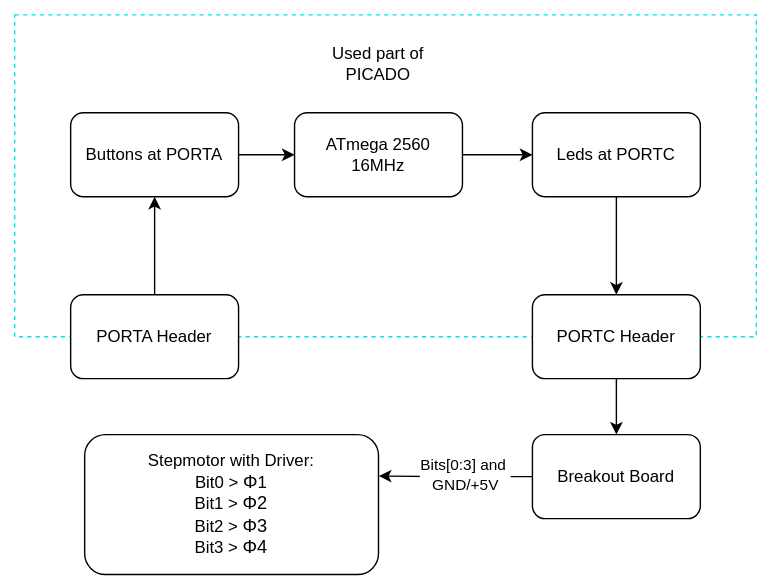
Earlier version of the draw.io export readme/HW-Connection.svg (ml3rc/01_SchrittMot). Source tidied: cells renumbered, new cells last; positions are measured from the earlier drawing's top-left corner, leaving out a move shared by most shapes. Source of this version:
```xml
<mxGraphModel background="#FFFFFF">
  <root>
    <mxCell id="0" />
    <mxCell id="1" parent="0" />
    <mxCell id="2" style="rounded=0;whiteSpace=wrap;html=1;fontColor=none;noLabel=1;strokeColor=none;" parent="1" vertex="1">
      <mxGeometry width="550" height="420" as="geometry" />
    </mxCell>
    <mxCell id="3" style="rounded=0;whiteSpace=wrap;html=1;fillColor=none;dashed=1;strokeColor=#00e1ff;" parent="1" vertex="1">
      <mxGeometry x="10" y="10" width="530" height="230" as="geometry" />
    </mxCell>
    <mxCell id="4" style="edgeStyle=orthogonalEdgeStyle;rounded=0;jettySize=auto;html=1;exitX=1;exitY=0.5;exitDx=0;exitDy=0;entryX=0;entryY=0.5;entryDx=0;entryDy=0;" parent="1" edge="1" source="5" target="9">
      <mxGeometry relative="1" as="geometry" />
    </mxCell>
    <mxCell id="5" value="&lt;font&gt;ATmega 2560&lt;/font&gt;&lt;div&gt;&lt;font&gt;16MHz&lt;/font&gt;&lt;/div&gt;" style="rounded=1;whiteSpace=wrap;html=1;" parent="1" vertex="1">
      <mxGeometry x="210" y="80" width="120" height="60" as="geometry" />
    </mxCell>
    <mxCell id="6" style="edgeStyle=orthogonalEdgeStyle;rounded=0;jettySize=auto;html=1;exitX=1;exitY=0.5;exitDx=0;exitDy=0;entryX=0;entryY=0.5;entryDx=0;entryDy=0;" parent="1" edge="1" source="7" target="5">
      <mxGeometry relative="1" as="geometry" />
    </mxCell>
    <mxCell id="7" value="&lt;font&gt;Buttons at PORTA&lt;/font&gt;" style="rounded=1;whiteSpace=wrap;html=1;fontColor=default;" parent="1" vertex="1">
      <mxGeometry x="50" y="80" width="120" height="60" as="geometry" />
    </mxCell>
    <mxCell id="8" style="edgeStyle=orthogonalEdgeStyle;rounded=0;jettySize=auto;html=1;exitX=0.5;exitY=1;exitDx=0;exitDy=0;entryX=0.5;entryY=0;entryDx=0;entryDy=0;" parent="1" edge="1" source="9" target="12">
      <mxGeometry relative="1" as="geometry" />
    </mxCell>
    <mxCell id="9" value="&lt;font&gt;Leds at PORTC&lt;/font&gt;" style="rounded=1;whiteSpace=wrap;html=1;fontColor=default;" parent="1" vertex="1">
      <mxGeometry x="380" y="80" width="120" height="60" as="geometry" />
    </mxCell>
    <mxCell id="10" value="&lt;font&gt;Used part of PICADO&lt;/font&gt;" style="text;html=1;align=center;verticalAlign=middle;whiteSpace=wrap;rounded=0;fontColor=default;" parent="1" vertex="1">
      <mxGeometry x="215" y="30" width="110" height="30" as="geometry" />
    </mxCell>
    <mxCell id="11" style="edgeStyle=orthogonalEdgeStyle;rounded=0;jettySize=auto;html=1;exitX=0.5;exitY=1;exitDx=0;exitDy=0;entryX=0.5;entryY=0;entryDx=0;entryDy=0;" parent="1" edge="1" source="12" target="17">
      <mxGeometry relative="1" as="geometry" />
    </mxCell>
    <mxCell id="12" value="&lt;font&gt;PORTC Header&lt;/font&gt;" style="rounded=1;whiteSpace=wrap;html=1;fontColor=default;" parent="1" vertex="1">
      <mxGeometry x="380" y="210" width="120" height="60" as="geometry" />
    </mxCell>
    <mxCell id="13" style="edgeStyle=orthogonalEdgeStyle;rounded=0;jettySize=auto;html=1;exitX=0.5;exitY=0;exitDx=0;exitDy=0;entryX=0.5;entryY=1;entryDx=0;entryDy=0;" parent="1" edge="1" source="14" target="7">
      <mxGeometry relative="1" as="geometry" />
    </mxCell>
    <mxCell id="14" value="&lt;font&gt;PORTA Header&lt;/font&gt;" style="rounded=1;whiteSpace=wrap;html=1;fontColor=default;" parent="1" vertex="1">
      <mxGeometry x="50" y="210" width="120" height="60" as="geometry" />
    </mxCell>
    <mxCell id="15" style="edgeStyle=orthogonalEdgeStyle;rounded=0;jettySize=auto;html=1;exitX=0;exitY=0.5;exitDx=0;exitDy=0;entryX=1.001;entryY=0.296;entryDx=0;entryDy=0;entryPerimeter=0;" parent="1" edge="1" source="17" target="18">
      <mxGeometry relative="1" as="geometry" />
    </mxCell>
    <mxCell id="16" value="&lt;font&gt;Bits[0:3] and&lt;span&gt;&amp;nbsp;&lt;/span&gt;&lt;/font&gt;&lt;div&gt;&lt;font&gt;&lt;span&gt;G&lt;/span&gt;ND/+5V&lt;/font&gt;&lt;/div&gt;" style="edgeLabel;html=1;align=center;verticalAlign=middle;" parent="15" vertex="1">
      <mxGeometry x="-0.12" y="-2" relative="1" as="geometry" />
    </mxCell>
    <mxCell id="17" value="&lt;font&gt;Breakout Board&lt;/font&gt;" style="rounded=1;whiteSpace=wrap;html=1;fontColor=default;" parent="1" vertex="1">
      <mxGeometry x="380" y="310" width="120" height="60" as="geometry" />
    </mxCell>
    <mxCell id="18" value="&lt;font style=&quot;&quot;&gt;Stepmotor with Driver:&lt;/font&gt;&lt;div&gt;&lt;font&gt;&lt;font style=&quot;&quot;&gt;&lt;font&gt;&lt;font style=&quot;&quot;&gt;Bit0 &amp;gt;&amp;nbsp;&lt;/font&gt;&lt;/font&gt;&lt;/font&gt;&lt;span style=&quot;font-family: sans-serif; text-align: start;&quot;&gt;&lt;font style=&quot;font-size: 13px;&quot;&gt;Φ&lt;/font&gt;&lt;/span&gt;&lt;font style=&quot;&quot;&gt;1&lt;/font&gt;&lt;/font&gt;&lt;/div&gt;&lt;div&gt;&lt;font&gt;&lt;font style=&quot;&quot;&gt;Bit1 &amp;gt;&amp;nbsp;&lt;/font&gt;&lt;span style=&quot;background-color: transparent; scrollbar-color: rgb(226, 226, 226) rgb(251, 251, 251); font-family: sans-serif; text-align: start;&quot;&gt;&lt;font style=&quot;scrollbar-color: rgb(226, 226, 226) rgb(251, 251, 251); font-size: 13px;&quot;&gt;Φ2&lt;/font&gt;&lt;/span&gt;&lt;br&gt;&lt;/font&gt;&lt;/div&gt;&lt;div&gt;&lt;font&gt;&lt;font style=&quot;&quot;&gt;Bit2 &amp;gt;&amp;nbsp;&lt;/font&gt;&lt;span style=&quot;background-color: transparent; scrollbar-color: rgb(226, 226, 226) rgb(251, 251, 251); font-family: sans-serif; text-align: start;&quot;&gt;&lt;font style=&quot;scrollbar-color: rgb(226, 226, 226) rgb(251, 251, 251); font-size: 13px;&quot;&gt;Φ3&lt;/font&gt;&lt;/span&gt;&lt;br&gt;&lt;/font&gt;&lt;/div&gt;&lt;div&gt;&lt;font style=&quot;&quot;&gt;Bit3 &amp;gt;&amp;nbsp;&lt;/font&gt;&lt;span style=&quot;background-color: transparent; scrollbar-color: rgb(226, 226, 226) rgb(251, 251, 251); font-family: sans-serif; text-align: start;&quot;&gt;&lt;font style=&quot;scrollbar-color: rgb(226, 226, 226) rgb(251, 251, 251); font-size: 13px;&quot;&gt;Φ4&lt;/font&gt;&lt;/span&gt;&lt;/div&gt;" style="rounded=1;whiteSpace=wrap;html=1;fontColor=default;" parent="1" vertex="1">
      <mxGeometry x="60" y="310" width="210" height="100" as="geometry" />
    </mxCell>
  </root>
</mxGraphModel>
```
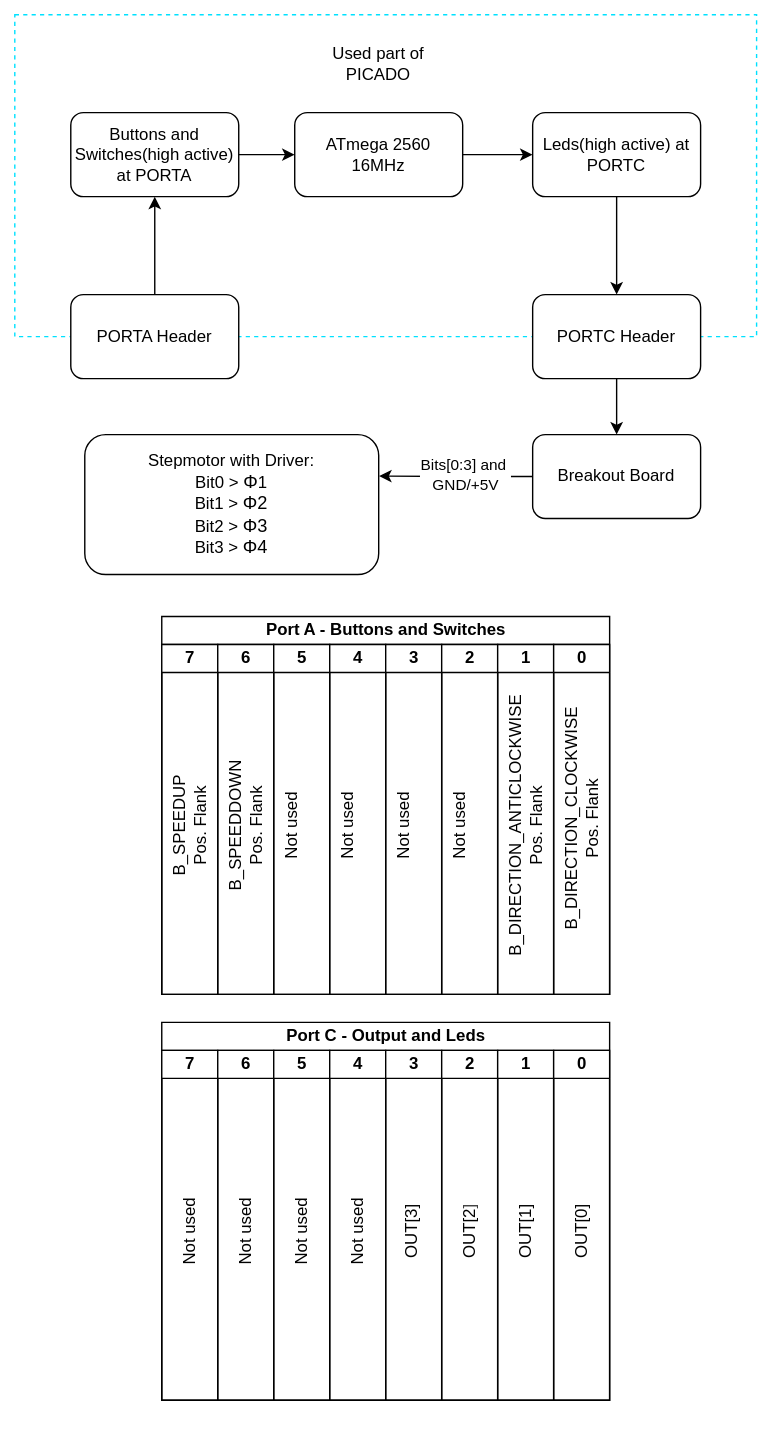
After the commit.

What changed in the source:
```diff
@@ -3,7 +3,7 @@
     <mxCell id="0" />
     <mxCell id="1" parent="0" />
     <mxCell id="2" style="rounded=0;whiteSpace=wrap;html=1;fontColor=none;noLabel=1;strokeColor=none;" parent="1" vertex="1">
-      <mxGeometry width="550" height="420" as="geometry" />
+      <mxGeometry width="550" height="1020" as="geometry" />
     </mxCell>
     <mxCell id="3" style="rounded=0;whiteSpace=wrap;html=1;fillColor=none;dashed=1;strokeColor=#00e1ff;" parent="1" vertex="1">
       <mxGeometry x="10" y="10" width="530" height="230" as="geometry" />
@@ -17,13 +17,13 @@
     <mxCell id="6" style="edgeStyle=orthogonalEdgeStyle;rounded=0;jettySize=auto;html=1;exitX=1;exitY=0.5;exitDx=0;exitDy=0;entryX=0;entryY=0.5;entryDx=0;entryDy=0;" parent="1" edge="1" source="7" target="5">
       <mxGeometry relative="1" as="geometry" />
     </mxCell>
-    <mxCell id="7" value="&lt;font&gt;Buttons at PORTA&lt;/font&gt;" style="rounded=1;whiteSpace=wrap;html=1;fontColor=default;" parent="1" vertex="1">
+    <mxCell id="7" value="&lt;font&gt;Buttons and Switches(high active) at PORTA&lt;/font&gt;" style="rounded=1;whiteSpace=wrap;html=1;fontColor=default;" parent="1" vertex="1">
       <mxGeometry x="50" y="80" width="120" height="60" as="geometry" />
     </mxCell>
     <mxCell id="8" style="edgeStyle=orthogonalEdgeStyle;rounded=0;jettySize=auto;html=1;exitX=0.5;exitY=1;exitDx=0;exitDy=0;entryX=0.5;entryY=0;entryDx=0;entryDy=0;" parent="1" edge="1" source="9" target="12">
       <mxGeometry relative="1" as="geometry" />
     </mxCell>
-    <mxCell id="9" value="&lt;font&gt;Leds at PORTC&lt;/font&gt;" style="rounded=1;whiteSpace=wrap;html=1;fontColor=default;" parent="1" vertex="1">
+    <mxCell id="9" value="&lt;font&gt;Leds(high active) at PORTC&lt;/font&gt;" style="rounded=1;whiteSpace=wrap;html=1;fontColor=default;" parent="1" vertex="1">
       <mxGeometry x="380" y="80" width="120" height="60" as="geometry" />
     </mxCell>
     <mxCell id="10" value="&lt;font&gt;Used part of PICADO&lt;/font&gt;" style="text;html=1;align=center;verticalAlign=middle;whiteSpace=wrap;rounded=0;fontColor=default;" parent="1" vertex="1">
@@ -53,5 +53,107 @@
     <mxCell id="18" value="&lt;font style=&quot;&quot;&gt;Stepmotor with Driver:&lt;/font&gt;&lt;div&gt;&lt;font&gt;&lt;font style=&quot;&quot;&gt;&lt;font&gt;&lt;font style=&quot;&quot;&gt;Bit0 &amp;gt;&amp;nbsp;&lt;/font&gt;&lt;/font&gt;&lt;/font&gt;&lt;span style=&quot;font-family: sans-serif; text-align: start;&quot;&gt;&lt;font style=&quot;font-size: 13px;&quot;&gt;Φ&lt;/font&gt;&lt;/span&gt;&lt;font style=&quot;&quot;&gt;1&lt;/font&gt;&lt;/font&gt;&lt;/div&gt;&lt;div&gt;&lt;font&gt;&lt;font style=&quot;&quot;&gt;Bit1 &amp;gt;&amp;nbsp;&lt;/font&gt;&lt;span style=&quot;background-color: transparent; scrollbar-color: rgb(226, 226, 226) rgb(251, 251, 251); font-family: sans-serif; text-align: start;&quot;&gt;&lt;font style=&quot;scrollbar-color: rgb(226, 226, 226) rgb(251, 251, 251); font-size: 13px;&quot;&gt;Φ2&lt;/font&gt;&lt;/span&gt;&lt;br&gt;&lt;/font&gt;&lt;/div&gt;&lt;div&gt;&lt;font&gt;&lt;font style=&quot;&quot;&gt;Bit2 &amp;gt;&amp;nbsp;&lt;/font&gt;&lt;span style=&quot;background-color: transparent; scrollbar-color: rgb(226, 226, 226) rgb(251, 251, 251); font-family: sans-serif; text-align: start;&quot;&gt;&lt;font style=&quot;scrollbar-color: rgb(226, 226, 226) rgb(251, 251, 251); font-size: 13px;&quot;&gt;Φ3&lt;/font&gt;&lt;/span&gt;&lt;br&gt;&lt;/font&gt;&lt;/div&gt;&lt;div&gt;&lt;font style=&quot;&quot;&gt;Bit3 &amp;gt;&amp;nbsp;&lt;/font&gt;&lt;span style=&quot;background-color: transparent; scrollbar-color: rgb(226, 226, 226) rgb(251, 251, 251); font-family: sans-serif; text-align: start;&quot;&gt;&lt;font style=&quot;scrollbar-color: rgb(226, 226, 226) rgb(251, 251, 251); font-size: 13px;&quot;&gt;Φ4&lt;/font&gt;&lt;/span&gt;&lt;/div&gt;" style="rounded=1;whiteSpace=wrap;html=1;fontColor=default;" parent="1" vertex="1">
       <mxGeometry x="60" y="310" width="210" height="100" as="geometry" />
     </mxCell>
+    <mxCell id="19" value="Port C - Output and Leds" style="swimlane;startSize=20;html=1;" parent="1" vertex="1">
+      <mxGeometry x="115" y="730" width="320" height="270" as="geometry" />
+    </mxCell>
+    <mxCell id="20" value="7" style="swimlane;startSize=20;html=1;" parent="19" vertex="1">
+      <mxGeometry y="20" width="40" height="250" as="geometry" />
+    </mxCell>
+    <mxCell id="21" value="Not used" style="text;html=1;align=center;verticalAlign=middle;strokeColor=none;fillColor=none;rotation=270;fontColor=default;" parent="20" vertex="1">
+      <mxGeometry x="-15" y="115" width="70" height="30" as="geometry" />
+    </mxCell>
+    <mxCell id="22" value="6" style="swimlane;startSize=20;html=1;" parent="19" vertex="1">
+      <mxGeometry x="40" y="20" width="40" height="250" as="geometry" />
+    </mxCell>
+    <mxCell id="23" value="Not used" style="text;html=1;align=center;verticalAlign=middle;strokeColor=none;fillColor=none;rotation=270;fontColor=default;" parent="22" vertex="1">
+      <mxGeometry x="-15" y="115" width="70" height="30" as="geometry" />
+    </mxCell>
+    <mxCell id="24" value="5" style="swimlane;startSize=20;html=1;" parent="19" vertex="1">
+      <mxGeometry x="80" y="20" width="40" height="250" as="geometry" />
+    </mxCell>
+    <mxCell id="25" value="Not used" style="text;html=1;align=center;verticalAlign=middle;strokeColor=none;fillColor=none;rotation=270;fontColor=default;" parent="24" vertex="1">
+      <mxGeometry x="-15" y="115" width="70" height="30" as="geometry" />
+    </mxCell>
+    <mxCell id="26" value="4" style="swimlane;startSize=20;html=1;" parent="19" vertex="1">
+      <mxGeometry x="120" y="20" width="40" height="250" as="geometry" />
+    </mxCell>
+    <mxCell id="27" value="Not used" style="text;html=1;align=center;verticalAlign=middle;strokeColor=none;fillColor=none;rotation=270;fontColor=default;" parent="26" vertex="1">
+      <mxGeometry x="-15" y="115" width="70" height="30" as="geometry" />
+    </mxCell>
+    <mxCell id="28" value="3" style="swimlane;startSize=20;html=1;" parent="19" vertex="1">
+      <mxGeometry x="160" y="20" width="40" height="250" as="geometry" />
+    </mxCell>
+    <mxCell id="29" value="OUT[3]" style="text;html=1;align=center;verticalAlign=middle;strokeColor=none;fillColor=none;rotation=270;fontColor=default;" parent="28" vertex="1">
+      <mxGeometry x="-11" y="115" width="60" height="30" as="geometry" />
+    </mxCell>
+    <mxCell id="30" value="2" style="swimlane;startSize=20;html=1;" parent="19" vertex="1">
+      <mxGeometry x="200" y="20" width="40" height="250" as="geometry" />
+    </mxCell>
+    <mxCell id="31" value="OUT[2&lt;span style=&quot;color: rgb(63, 63, 63); background-color: transparent;&quot;&gt;]&lt;/span&gt;" style="text;html=1;align=center;verticalAlign=middle;strokeColor=none;fillColor=none;rotation=270;fontColor=default;" parent="30" vertex="1">
+      <mxGeometry x="-10" y="115" width="60" height="30" as="geometry" />
+    </mxCell>
+    <mxCell id="32" value="1" style="swimlane;startSize=20;html=1;" parent="19" vertex="1">
+      <mxGeometry x="240" y="20" width="40" height="250" as="geometry" />
+    </mxCell>
+    <mxCell id="33" value="OUT[1]" style="text;html=1;align=center;verticalAlign=middle;strokeColor=none;fillColor=none;rotation=270;fontColor=default;" parent="32" vertex="1">
+      <mxGeometry x="-10" y="115" width="60" height="30" as="geometry" />
+    </mxCell>
+    <mxCell id="34" value="&lt;font&gt;0&lt;/font&gt;" style="swimlane;startSize=20;html=1;" parent="19" vertex="1">
+      <mxGeometry x="280" y="20" width="40" height="250" as="geometry" />
+    </mxCell>
+    <mxCell id="35" value="OUT[0]" style="text;html=1;align=center;verticalAlign=middle;strokeColor=none;fillColor=none;rotation=270;fontColor=default;" parent="34" vertex="1">
+      <mxGeometry x="-10" y="115" width="60" height="30" as="geometry" />
+    </mxCell>
+    <mxCell id="36" value="Port A - Buttons and Switches" style="swimlane;startSize=20;html=1;" parent="1" vertex="1">
+      <mxGeometry x="115" y="440" width="320" height="270" as="geometry" />
+    </mxCell>
+    <mxCell id="37" value="7" style="swimlane;startSize=20;html=1;" parent="36" vertex="1">
+      <mxGeometry y="20" width="40" height="250" as="geometry" />
+    </mxCell>
+    <mxCell id="38" value="B_SPEEDUP&lt;div&gt;Pos. Flank&lt;/div&gt;" style="text;html=1;align=center;verticalAlign=middle;strokeColor=none;fillColor=none;rotation=270;fontColor=default;" parent="37" vertex="1">
+      <mxGeometry x="-30" y="110" width="100" height="40" as="geometry" />
+    </mxCell>
+    <mxCell id="39" value="6" style="swimlane;startSize=20;html=1;" parent="36" vertex="1">
+      <mxGeometry x="40" y="20" width="40" height="250" as="geometry" />
+    </mxCell>
+    <mxCell id="40" value="B_SPEEDDOWN&lt;div&gt;Pos. Flank&lt;/div&gt;" style="text;html=1;align=center;verticalAlign=middle;strokeColor=none;fillColor=none;rotation=270;fontColor=default;" parent="39" vertex="1">
+      <mxGeometry x="-40" y="110" width="120" height="40" as="geometry" />
+    </mxCell>
+    <mxCell id="41" value="5" style="swimlane;startSize=20;html=1;" parent="36" vertex="1">
+      <mxGeometry x="80" y="20" width="40" height="250" as="geometry" />
+    </mxCell>
+    <mxCell id="42" value="Not used&lt;div&gt;&lt;br&gt;&lt;/div&gt;" style="text;html=1;align=center;verticalAlign=middle;strokeColor=none;fillColor=none;rotation=270;fontColor=default;" parent="41" vertex="1">
+      <mxGeometry x="-15" y="110" width="70" height="40" as="geometry" />
+    </mxCell>
+    <mxCell id="43" value="4" style="swimlane;startSize=20;html=1;" parent="36" vertex="1">
+      <mxGeometry x="120" y="20" width="40" height="250" as="geometry" />
+    </mxCell>
+    <mxCell id="44" value="Not used&lt;div&gt;&lt;br&gt;&lt;/div&gt;" style="text;html=1;align=center;verticalAlign=middle;strokeColor=none;fillColor=none;rotation=270;fontColor=default;" parent="43" vertex="1">
+      <mxGeometry x="-15" y="110" width="70" height="40" as="geometry" />
+    </mxCell>
+    <mxCell id="45" value="3" style="swimlane;startSize=20;html=1;" parent="36" vertex="1">
+      <mxGeometry x="160" y="20" width="40" height="250" as="geometry" />
+    </mxCell>
+    <mxCell id="46" value="Not used&lt;div&gt;&lt;br&gt;&lt;/div&gt;" style="text;html=1;align=center;verticalAlign=middle;strokeColor=none;fillColor=none;rotation=270;fontColor=default;" parent="45" vertex="1">
+      <mxGeometry x="-15" y="110" width="70" height="40" as="geometry" />
+    </mxCell>
+    <mxCell id="47" value="2" style="swimlane;startSize=20;html=1;" parent="36" vertex="1">
+      <mxGeometry x="200" y="20" width="40" height="250" as="geometry" />
+    </mxCell>
+    <mxCell id="48" value="Not used&lt;div&gt;&lt;br&gt;&lt;/div&gt;" style="text;html=1;align=center;verticalAlign=middle;strokeColor=none;fillColor=none;rotation=270;fontColor=default;" parent="47" vertex="1">
+      <mxGeometry x="-15" y="110" width="70" height="40" as="geometry" />
+    </mxCell>
+    <mxCell id="49" value="1" style="swimlane;startSize=20;html=1;" parent="36" vertex="1">
+      <mxGeometry x="240" y="20" width="40" height="250" as="geometry" />
+    </mxCell>
+    <mxCell id="50" value="&lt;span style=&quot;&quot;&gt;B_DIRECTION_ANTICLOCKWISE&lt;/span&gt;&lt;div style=&quot;scrollbar-color: rgb(226, 226, 226) rgb(251, 251, 251);&quot;&gt;Pos. Flank&lt;/div&gt;" style="text;html=1;align=center;verticalAlign=middle;strokeColor=none;fillColor=none;rotation=270;fontColor=default;" parent="49" vertex="1">
+      <mxGeometry x="-85" y="110" width="210" height="40" as="geometry" />
+    </mxCell>
+    <mxCell id="51" value="&lt;font&gt;0&lt;/font&gt;" style="swimlane;startSize=20;html=1;" parent="36" vertex="1">
+      <mxGeometry x="280" y="20" width="40" height="250" as="geometry" />
+    </mxCell>
+    <mxCell id="52" value="B_DIRECTION_CLOCKWISE&lt;div&gt;Pos. Flank&lt;/div&gt;" style="text;html=1;align=center;verticalAlign=middle;strokeColor=none;fillColor=none;rotation=270;fontColor=default;" parent="51" vertex="1">
+      <mxGeometry x="-70" y="105" width="180" height="40" as="geometry" />
+    </mxCell>
   </root>
 </mxGraphModel>
```
